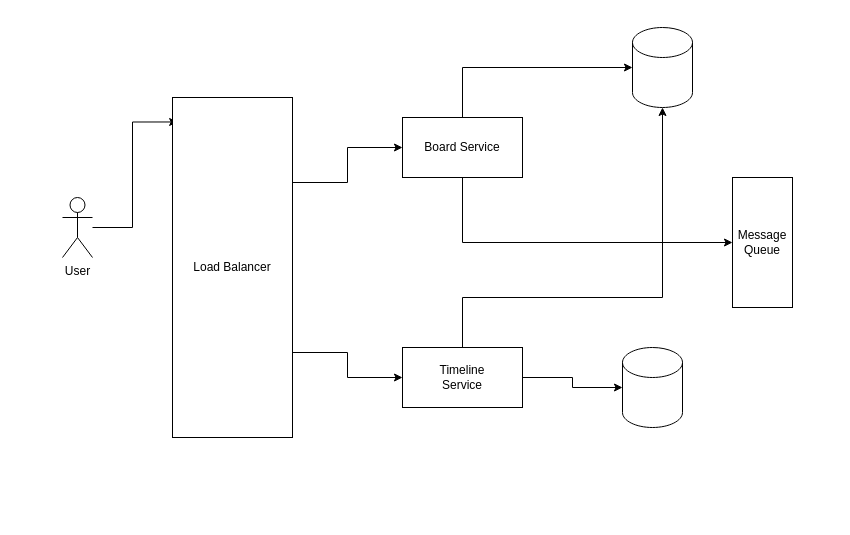
Earlier version of the draw.io diagram Pinterest/Pinterest.drawio (akthecoders/high-level-system-design). Source tidied: cells renumbered, new cells numbered last; positions are measured from the earlier drawing's top-left corner, leaving out a move shared by most shapes. Both pictures are drawn from the tidied source at 100%, with x=0, y=0 at pixel (62, 27).
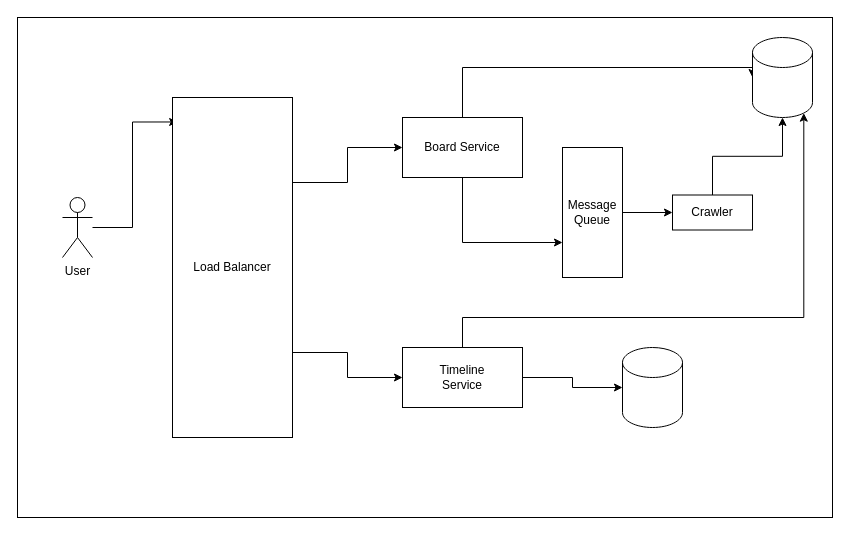
Above is the later version.

Unchanged cells that the change refers to:
```xml
<mxCell id="14" value="Timeline&lt;br&gt;Service" style="rounded=0;whiteSpace=wrap;html=1;" parent="1" vertex="1">
  <mxGeometry x="340" y="320" width="120" height="60" as="geometry" />
</mxCell>
```

Diff of the diagram source:
```diff
@@
+    <mxCell id="16" style="rounded=0;whiteSpace=wrap;html=1;" parent="1" vertex="1">
+      <mxGeometry x="-45" y="-10" width="815" height="500" as="geometry" />
+    </mxCell>
@@
     <mxCell id="10" style="shape=cylinder3;whiteSpace=wrap;html=1;boundedLbl=1;backgroundOutline=1;size=15;" parent="1" vertex="1">
-      <mxGeometry x="570" width="60" height="80" as="geometry" />
+      <mxGeometry x="690" y="10" width="60" height="80" as="geometry" />
     </mxCell>
+    <mxCell id="17" style="edgeStyle=orthogonalEdgeStyle;rounded=0;jettySize=auto;html=1;" parent="1" edge="1" source="11" target="19">
+      <mxGeometry relative="1" as="geometry" />
+    </mxCell>
     <mxCell id="11" value="Message&lt;br&gt;Queue" style="rounded=0;whiteSpace=wrap;html=1;" parent="1" vertex="1">
-      <mxGeometry x="670" y="150" width="60" height="130" as="geometry" />
+      <mxGeometry x="500" y="120" width="60" height="130" as="geometry" />
     </mxCell>
@@
-    <mxCell id="13" style="edgeStyle=orthogonalEdgeStyle;rounded=0;jettySize=auto;html=1;" parent="1" edge="1" source="14" target="10">
+    <mxCell id="13" style="edgeStyle=orthogonalEdgeStyle;rounded=0;jettySize=auto;html=1;entryX=0.855;entryY=1;entryDx=0;entryDy=-4.35;entryPerimeter=0;" parent="1" edge="1" source="14" target="10">
       <mxGeometry relative="1" as="geometry">
         <Array as="points">
-          <mxPoint x="400" y="270" />
-          <mxPoint x="600" y="270" />
+          <mxPoint x="400" y="290" />
+          <mxPoint x="741" y="290" />
         </Array>
       </mxGeometry>
     </mxCell>
@@
+    <mxCell id="18" style="edgeStyle=orthogonalEdgeStyle;rounded=0;jettySize=auto;html=1;" parent="1" edge="1" source="19" target="10">
+      <mxGeometry relative="1" as="geometry" />
+    </mxCell>
+    <mxCell id="19" value="Crawler" style="rounded=0;whiteSpace=wrap;html=1;" parent="1" vertex="1">
+      <mxGeometry x="610" y="167.5" width="80" height="35" as="geometry" />
+    </mxCell>
```
